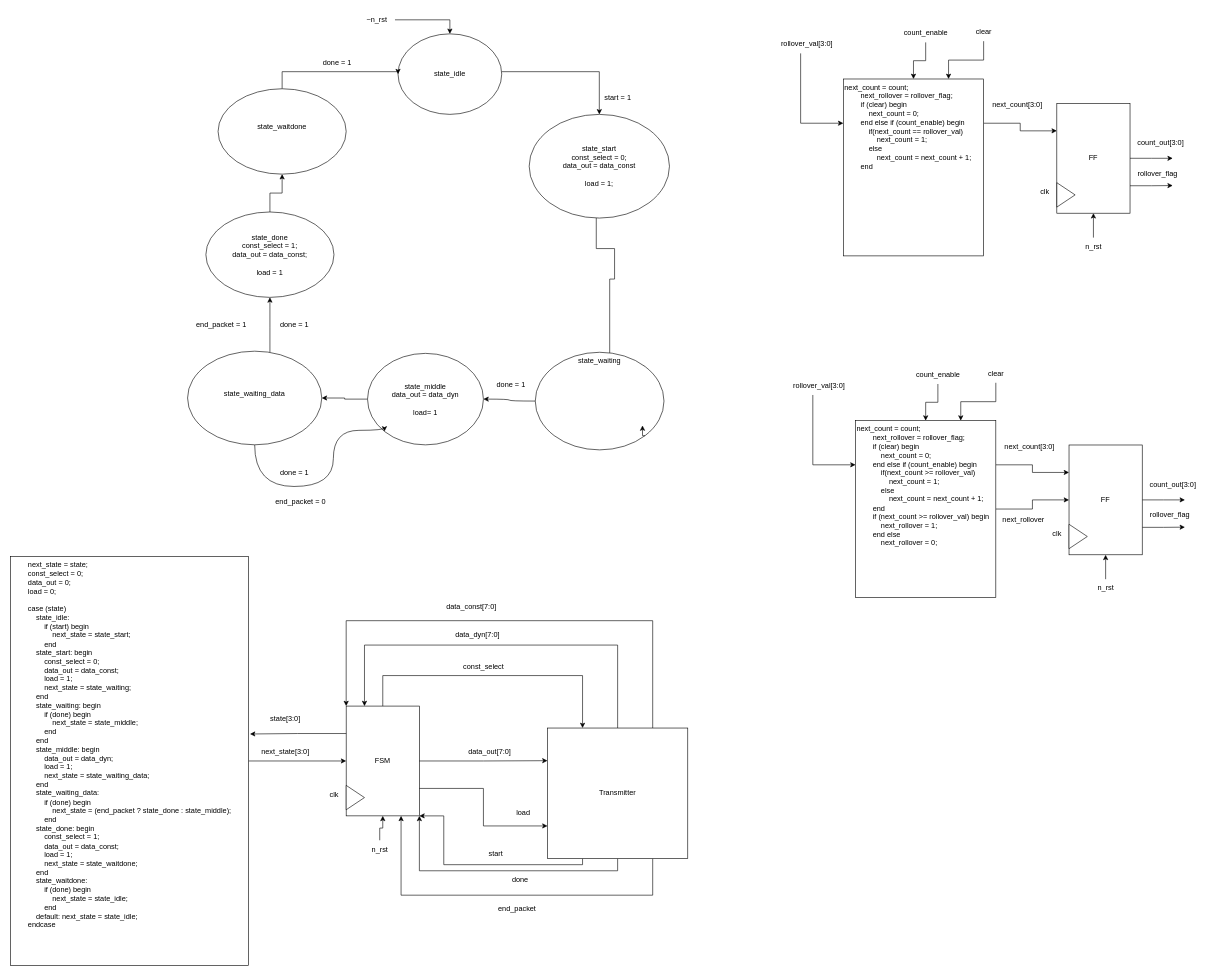
This is Lab5.drawio from Charvles/ECE337, a draw.io file, before an edit. Source tidied: cells renumbered, new cells numbered last; positions are measured from the earlier drawing's top-left corner, leaving out a move shared by most shapes. Both pictures are drawn from the tidied source at 61%, with x=0, y=0 at pixel (10, 10).
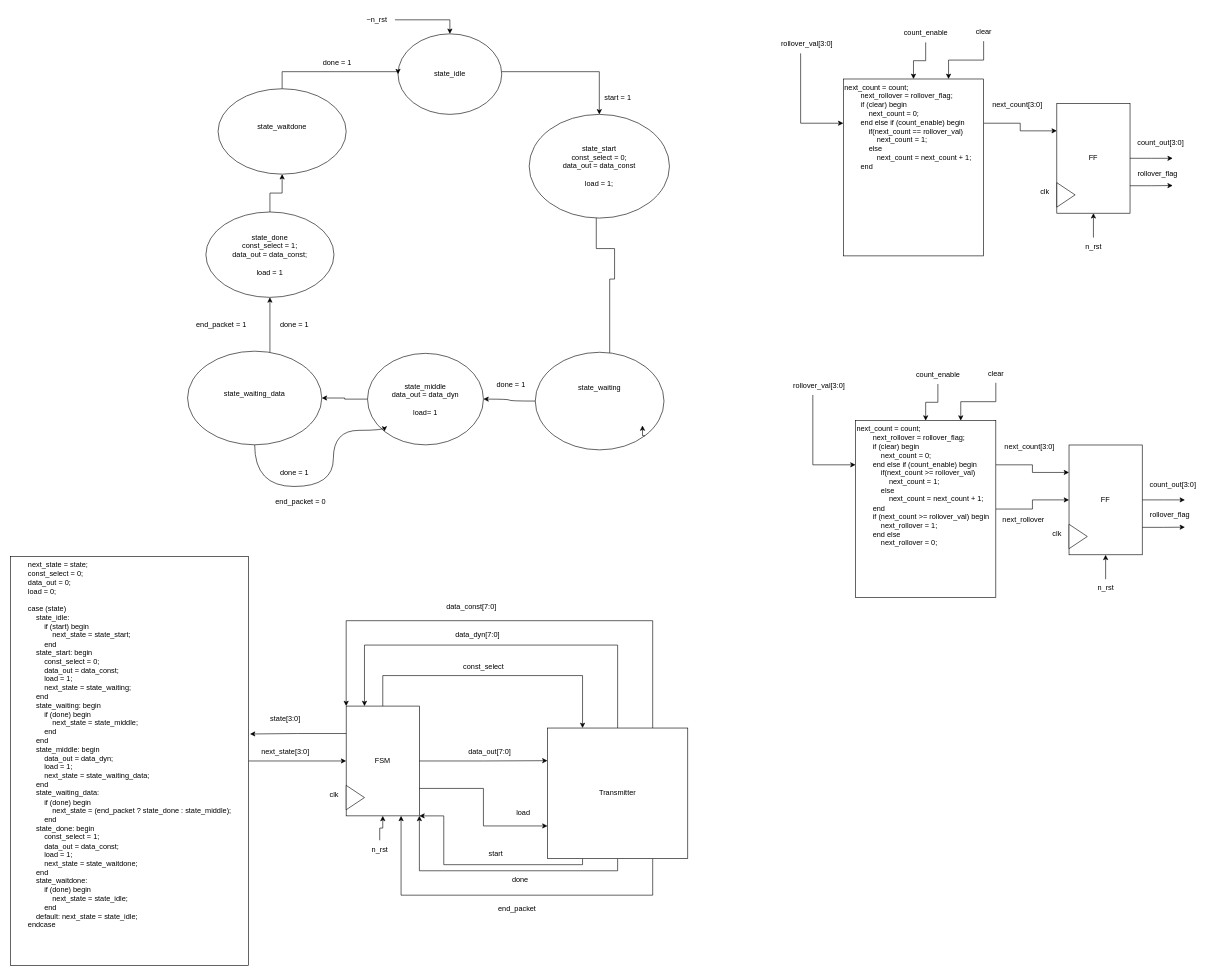
Above is the later version.

What changed in the source:
```diff
@@
-    <mxCell id="64" style="group;" parent="1" vertex="1">
+    <mxCell id="64" style="group;align=center;verticalAlign=middle;" parent="1" vertex="1">
       <mxGeometry x="290" width="790" height="820" as="geometry" />
     </mxCell>
@@
-    <mxCell id="78" value="&lt;div&gt;state_waiting&lt;/div&gt;&lt;div&gt;&lt;br&gt;&lt;/div&gt;&lt;div&gt;&lt;br&gt;&lt;/div&gt;&lt;div&gt;&lt;br&gt;&lt;/div&gt;" style="ellipse;whiteSpace=wrap;html=1;verticalAlign=top;" parent="64" vertex="1">
+    <mxCell id="78" value="&lt;div&gt;state_waiting&lt;/div&gt;&lt;div&gt;&lt;br&gt;&lt;/div&gt;&lt;div&gt;&lt;br&gt;&lt;/div&gt;&lt;div&gt;&lt;br&gt;&lt;/div&gt;" style="ellipse;whiteSpace=wrap;html=1;verticalAlign=middle;" parent="64" vertex="1">
       <mxGeometry x="570" y="560" width="211" height="160" as="geometry" />
     </mxCell>
```
